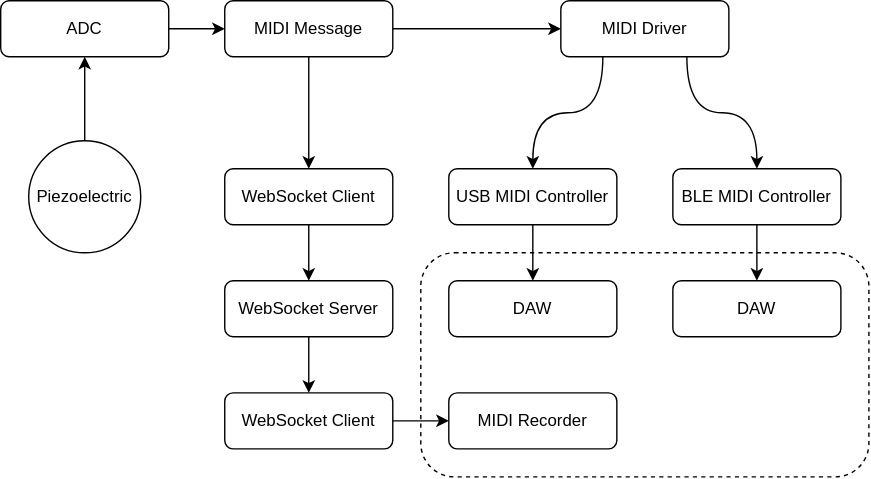
The draw.io diagram images/flow.drawio.svg in kamshory/ESP32DrumPad, before a commit. Source tidied: cells renumbered, new cells last; positions are measured from the earlier drawing's top-left corner, leaving out a move shared by most shapes.
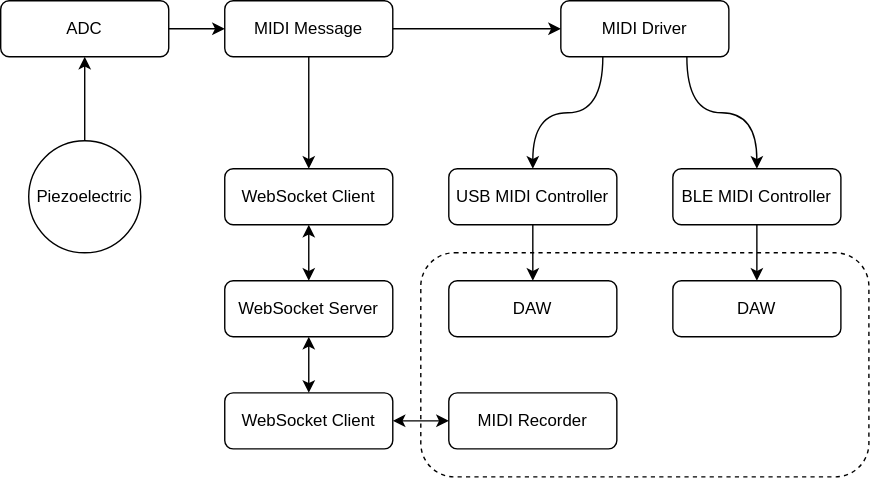
After the commit.

Diff of the diagram source:
```diff
@@ -40,13 +40,13 @@
     <mxCell id="13" style="endArrow=classic;html=1;rounded=0;exitX=0.5;exitY=1;exitDx=0;exitDy=0;entryX=0.5;entryY=0;entryDx=0;entryDy=0;" parent="1" edge="1" source="3" target="7">
       <mxGeometry relative="1" as="geometry" />
     </mxCell>
-    <mxCell id="14" style="endArrow=classic;html=1;rounded=0;exitX=0.5;exitY=1;exitDx=0;exitDy=0;entryX=0.5;entryY=0;entryDx=0;entryDy=0;" parent="1" edge="1" source="7" target="9">
+    <mxCell id="14" style="endArrow=classic;html=1;rounded=0;exitX=0.5;exitY=1;exitDx=0;exitDy=0;entryX=0.5;entryY=0;entryDx=0;entryDy=0;startArrow=classic;startFill=1;" parent="1" edge="1" source="7" target="9">
       <mxGeometry relative="1" as="geometry" />
     </mxCell>
-    <mxCell id="15" style="endArrow=classic;html=1;rounded=0;exitX=0.5;exitY=1;exitDx=0;exitDy=0;entryX=0.5;entryY=0;entryDx=0;entryDy=0;" parent="1" edge="1" source="9" target="8">
+    <mxCell id="15" style="endArrow=classic;html=1;rounded=0;exitX=0.5;exitY=1;exitDx=0;exitDy=0;entryX=0.5;entryY=0;entryDx=0;entryDy=0;startArrow=classic;startFill=1;" parent="1" edge="1" source="9" target="8">
       <mxGeometry relative="1" as="geometry" />
     </mxCell>
-    <mxCell id="16" style="endArrow=classic;html=1;rounded=0;entryX=0;entryY=0.5;entryDx=0;entryDy=0;exitX=1;exitY=0.5;exitDx=0;exitDy=0;" parent="1" edge="1" source="8" target="10">
+    <mxCell id="16" style="endArrow=classic;html=1;rounded=0;entryX=0;entryY=0.5;entryDx=0;entryDy=0;exitX=1;exitY=0.5;exitDx=0;exitDy=0;startArrow=classic;startFill=1;" parent="1" edge="1" source="8" target="10">
       <mxGeometry relative="1" as="geometry" />
     </mxCell>
     <mxCell id="17" style="endArrow=classic;html=1;rounded=0;exitX=0.25;exitY=1;exitDx=0;exitDy=0;entryX=0.5;entryY=0;entryDx=0;entryDy=0;edgeStyle=orthogonalEdgeStyle;curved=1;" parent="1" edge="1" source="4" target="5">
```
